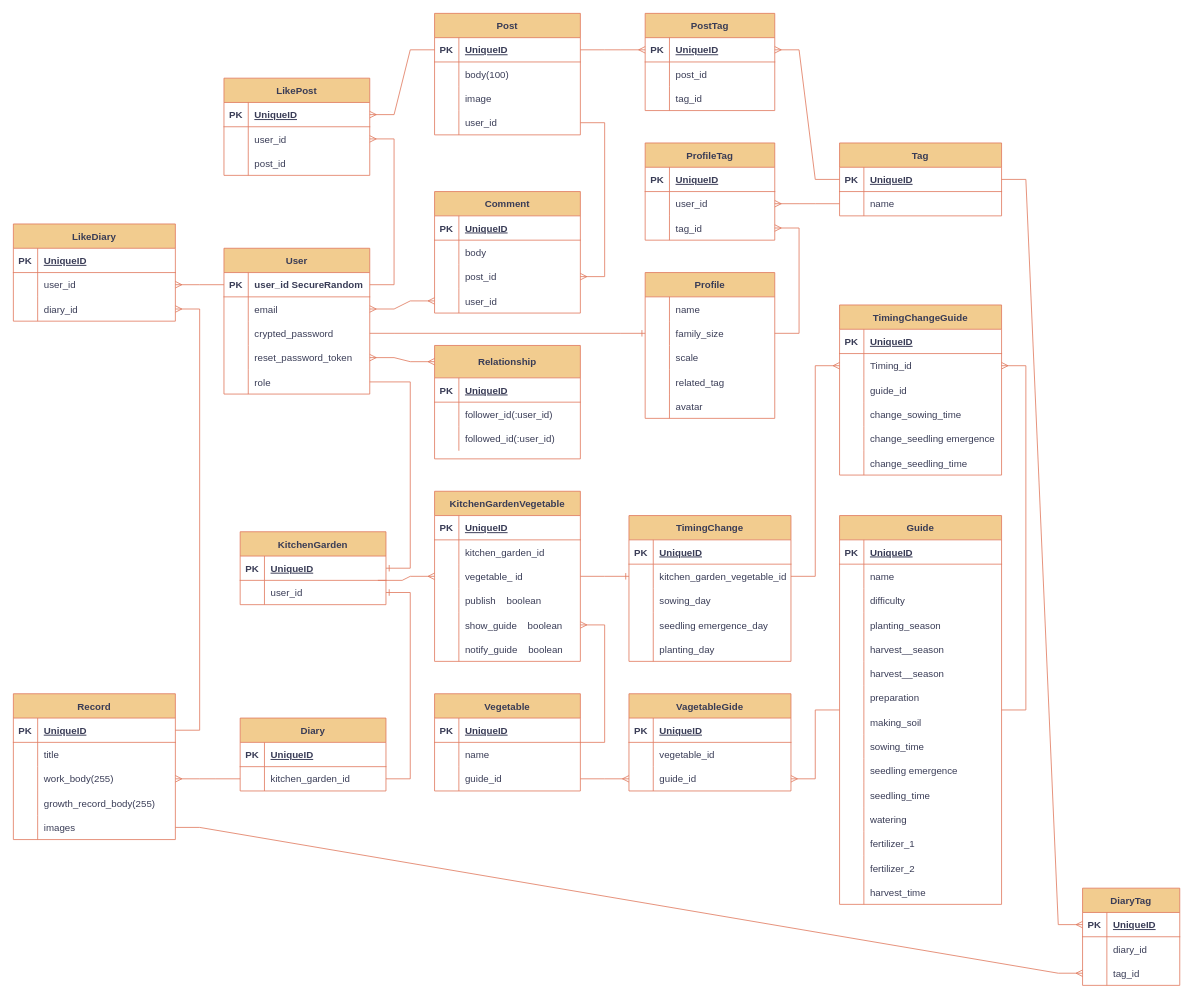
Before: ER図.drawio in SHOBRIO/kitchen_garden, a draw.io diagram. Source tidied: cells renumbered, new cells numbered last; positions are measured from the earlier drawing's top-left corner, leaving out a move shared by most shapes. Both pictures are drawn from the tidied source at 81%, with x=0, y=0 at pixel (13, 13).
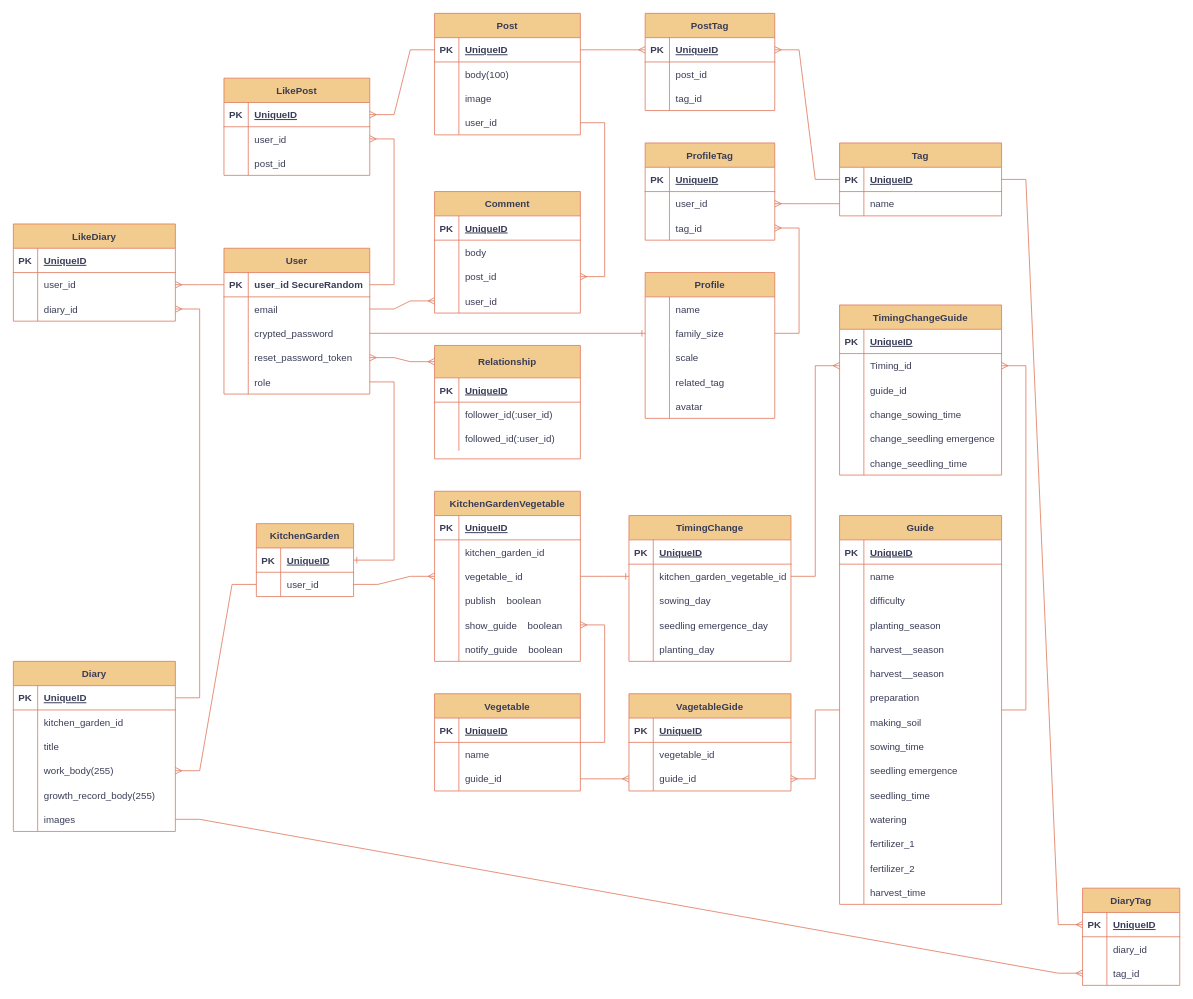
The same page after the edit.

Commit message:
ER図.drawio を更新します

The change refers to these unchanged cells:
```xml
<mxCell id="25" style="shape=tableRow;horizontal=0;startSize=0;swimlaneHead=0;swimlaneBody=0;fillColor=none;points=[[0,0.5],[1,0.5]];portConstraint=eastwest;top=0;left=0;right=0;bottom=0;labelBackgroundColor=none;strokeColor=#E07A5F;fontColor=#393C56;" parent="15" vertex="1">
  <mxGeometry y="120" width="180" height="30" as="geometry" />
</mxCell>
<mxCell id="45" value="KitchenGardenVegetable" style="shape=table;startSize=30;childLayout=tableLayout;rowLines=0;fontStyle=1;align=center;labelBackgroundColor=none;fillColor=#F2CC8F;strokeColor=#E07A5F;fontColor=#393C56;" parent="1" vertex="1">
  <mxGeometry x="520" y="590" width="180" height="210" as="geometry" />
</mxCell>
<mxCell id="257" style="shape=tableRow;horizontal=0;startSize=0;swimlaneHead=0;swimlaneBody=0;fillColor=none;points=[[0,0.5],[1,0.5]];portConstraint=eastwest;top=0;left=0;right=0;bottom=0;strokeColor=#E07A5F;fontColor=#393C56;" parent="253" vertex="1">
  <mxGeometry y="60" width="180" height="30" as="geometry" />
</mxCell>
```

Change to the diagram source:
```diff
@@
     <mxCell id="38" value="KitchenGarden" style="shape=table;startSize=30;childLayout=tableLayout;rowLines=0;fontStyle=1;align=center;labelBackgroundColor=none;fillColor=#F2CC8F;strokeColor=#E07A5F;fontColor=#393C56;" parent="1" vertex="1">
-      <mxGeometry x="280" y="640" width="180" height="90" as="geometry" />
+      <mxGeometry x="300" y="630" width="120" height="90" as="geometry" />
     </mxCell>
     <mxCell id="39" style="shape=tableRow;horizontal=0;startSize=0;swimlaneHead=0;swimlaneBody=0;fillColor=none;top=0;left=0;right=0;bottom=1;labelBackgroundColor=none;strokeColor=#E07A5F;fontColor=#393C56;" parent="38" vertex="1">
-      <mxGeometry y="30" width="180" height="30" as="geometry" />
+      <mxGeometry y="30" width="120" height="30" as="geometry" />
     </mxCell>
@@
     <mxCell id="41" value="UniqueID" style="shape=partialRectangle;fillColor=none;top=0;left=0;bottom=0;right=0;align=left;spacingLeft=6;fontStyle=5;overflow=hidden;labelBackgroundColor=none;strokeColor=#E07A5F;fontColor=#393C56;" parent="39" vertex="1">
-      <mxGeometry x="30" width="150" height="30" as="geometry" />
+      <mxGeometry x="30" width="90" height="30" as="geometry" />
     </mxCell>
     <mxCell id="42" style="shape=tableRow;horizontal=0;startSize=0;swimlaneHead=0;swimlaneBody=0;fillColor=none;points=[[0,0.5],[1,0.5]];portConstraint=eastwest;top=0;left=0;right=0;bottom=0;labelBackgroundColor=none;strokeColor=#E07A5F;fontColor=#393C56;" parent="38" vertex="1">
-      <mxGeometry y="60" width="180" height="30" as="geometry" />
+      <mxGeometry y="60" width="120" height="30" as="geometry" />
     </mxCell>
@@
     <mxCell id="44" value="user_id" style="shape=partialRectangle;fillColor=none;top=0;left=0;bottom=0;right=0;align=left;spacingLeft=6;overflow=hidden;labelBackgroundColor=none;strokeColor=#E07A5F;fontColor=#393C56;" parent="42" vertex="1">
-      <mxGeometry x="30" width="150" height="30" as="geometry" />
+      <mxGeometry x="30" width="90" height="30" as="geometry" />
     </mxCell>
@@
-    <mxCell id="184" value="Record" style="shape=table;startSize=30;childLayout=tableLayout;rowLines=0;fontStyle=1;align=center;strokeColor=#E07A5F;fontColor=#393C56;fillColor=#F2CC8F;labelBackgroundColor=none;" parent="1" vertex="1">
-      <mxGeometry y="840" width="200" height="180" as="geometry" />
+    <mxCell id="184" value="Diary" style="shape=table;startSize=30;childLayout=tableLayout;rowLines=0;fontStyle=1;align=center;strokeColor=#E07A5F;fontColor=#393C56;fillColor=#F2CC8F;labelBackgroundColor=none;" parent="1" vertex="1">
+      <mxGeometry y="800" width="200" height="210" as="geometry" />
     </mxCell>
@@
+    <mxCell id="238" style="shape=tableRow;horizontal=0;startSize=0;swimlaneHead=0;swimlaneBody=0;fillColor=none;points=[[0,0.5],[1,0.5]];portConstraint=eastwest;top=0;left=0;right=0;bottom=0;labelBackgroundColor=none;strokeColor=#E07A5F;fontColor=#393C56;" parent="184" vertex="1">
+      <mxGeometry y="60" width="200" height="30" as="geometry" />
+    </mxCell>
+    <mxCell id="239" style="shape=partialRectangle;fillColor=none;top=0;left=0;bottom=0;right=0;overflow=hidden;labelBackgroundColor=none;strokeColor=#E07A5F;fontColor=#393C56;" parent="238" vertex="1">
+      <mxGeometry width="30" height="30" as="geometry" />
+    </mxCell>
+    <mxCell id="240" value="kitchen_garden_id" style="shape=partialRectangle;fillColor=none;top=0;left=0;bottom=0;right=0;align=left;spacingLeft=6;overflow=hidden;labelBackgroundColor=none;strokeColor=#E07A5F;fontColor=#393C56;" parent="238" vertex="1">
+      <mxGeometry x="30" width="170" height="30" as="geometry" />
+    </mxCell>
     <mxCell id="188" style="shape=tableRow;horizontal=0;startSize=0;swimlaneHead=0;swimlaneBody=0;fillColor=none;top=0;left=0;right=0;bottom=0;strokeColor=#E07A5F;fontColor=#393C56;labelBackgroundColor=none;" parent="184" vertex="1">
-      <mxGeometry y="60" width="200" height="30" as="geometry" />
+      <mxGeometry y="90" width="200" height="30" as="geometry" />
     </mxCell>
@@
     <mxCell id="191" style="shape=tableRow;horizontal=0;startSize=0;swimlaneHead=0;swimlaneBody=0;fillColor=none;points=[[0,0.5],[1,0.5]];portConstraint=eastwest;top=0;left=0;right=0;bottom=0;strokeColor=#E07A5F;fontColor=#393C56;labelBackgroundColor=none;" parent="184" vertex="1">
-      <mxGeometry y="90" width="200" height="30" as="geometry" />
+      <mxGeometry y="120" width="200" height="30" as="geometry" />
     </mxCell>
@@
     <mxCell id="194" style="shape=tableRow;horizontal=0;startSize=0;swimlaneHead=0;swimlaneBody=0;fillColor=none;top=0;left=0;right=0;bottom=0;strokeColor=#E07A5F;fontColor=#393C56;labelBackgroundColor=none;" parent="184" vertex="1">
-      <mxGeometry y="120" width="200" height="30" as="geometry" />
+      <mxGeometry y="150" width="200" height="30" as="geometry" />
     </mxCell>
@@
     <mxCell id="197" style="shape=tableRow;horizontal=0;startSize=0;swimlaneHead=0;swimlaneBody=0;fillColor=none;points=[[0,0.5],[1,0.5]];portConstraint=eastwest;top=0;left=0;right=0;bottom=0;strokeColor=#E07A5F;fontColor=#393C56;labelBackgroundColor=none;" parent="184" vertex="1">
-      <mxGeometry y="150" width="200" height="30" as="geometry" />
+      <mxGeometry y="180" width="200" height="30" as="geometry" />
     </mxCell>
@@
-    <mxCell id="234" value="Diary" style="shape=table;startSize=30;childLayout=tableLayout;rowLines=0;fontStyle=1;align=center;labelBackgroundColor=none;fillColor=#F2CC8F;strokeColor=#E07A5F;fontColor=#393C56;" parent="1" vertex="1">
-      <mxGeometry x="280" y="870" width="180" height="90" as="geometry" />
-    </mxCell>
-    <mxCell id="235" style="shape=tableRow;horizontal=0;startSize=0;swimlaneHead=0;swimlaneBody=0;fillColor=none;top=0;left=0;right=0;bottom=1;labelBackgroundColor=none;strokeColor=#E07A5F;fontColor=#393C56;" parent="234" vertex="1">
-      <mxGeometry y="30" width="180" height="30" as="geometry" />
-    </mxCell>
-    <mxCell id="236" value="PK" style="shape=partialRectangle;fillColor=none;top=0;left=0;bottom=0;right=0;fontStyle=1;overflow=hidden;labelBackgroundColor=none;strokeColor=#E07A5F;fontColor=#393C56;" parent="235" vertex="1">
-      <mxGeometry width="30" height="30" as="geometry" />
-    </mxCell>
-    <mxCell id="237" value="UniqueID" style="shape=partialRectangle;fillColor=none;top=0;left=0;bottom=0;right=0;align=left;spacingLeft=6;fontStyle=5;overflow=hidden;labelBackgroundColor=none;strokeColor=#E07A5F;fontColor=#393C56;" parent="235" vertex="1">
-      <mxGeometry x="30" width="150" height="30" as="geometry" />
-    </mxCell>
-    <mxCell id="238" style="shape=tableRow;horizontal=0;startSize=0;swimlaneHead=0;swimlaneBody=0;fillColor=none;points=[[0,0.5],[1,0.5]];portConstraint=eastwest;top=0;left=0;right=0;bottom=0;labelBackgroundColor=none;strokeColor=#E07A5F;fontColor=#393C56;" parent="234" vertex="1">
-      <mxGeometry y="60" width="180" height="30" as="geometry" />
-    </mxCell>
-    <mxCell id="239" style="shape=partialRectangle;fillColor=none;top=0;left=0;bottom=0;right=0;overflow=hidden;labelBackgroundColor=none;strokeColor=#E07A5F;fontColor=#393C56;" parent="238" vertex="1">
-      <mxGeometry width="30" height="30" as="geometry" />
-    </mxCell>
-    <mxCell id="240" value="kitchen_garden_id" style="shape=partialRectangle;fillColor=none;top=0;left=0;bottom=0;right=0;align=left;spacingLeft=6;overflow=hidden;labelBackgroundColor=none;strokeColor=#E07A5F;fontColor=#393C56;" parent="238" vertex="1">
-      <mxGeometry x="30" width="150" height="30" as="geometry" />
-    </mxCell>
@@
-    <mxCell id="289" style="edgeStyle=entityRelationEdgeStyle;fontSize=12;html=1;endArrow=ERmany;startArrow=ERmany;rounded=0;strokeColor=#E07A5F;fontColor=#393C56;fillColor=#F2CC8F;" parent="1" edge="1" source="257" target="25">
-      <mxGeometry relative="1" as="geometry" />
-    </mxCell>
-    <mxCell id="290" style="edgeStyle=entityRelationEdgeStyle;fontSize=12;html=1;endArrow=ERmany;rounded=0;strokeColor=#E07A5F;fontColor=#393C56;fillColor=#F2CC8F;" parent="1" edge="1" target="45">
-      <mxGeometry relative="1" as="geometry">
-        <mxPoint x="450" y="700" as="sourcePoint" />
-      </mxGeometry>
+    <mxCell id="290" style="edgeStyle=entityRelationEdgeStyle;fontSize=12;html=1;endArrow=ERmany;rounded=0;strokeColor=#E07A5F;fontColor=#393C56;fillColor=#F2CC8F;" parent="1" edge="1" source="42" target="45">
+      <mxGeometry relative="1" as="geometry" />
     </mxCell>
@@
-    <mxCell id="292" style="edgeStyle=entityRelationEdgeStyle;fontSize=12;html=1;endArrow=ERone;endFill=1;rounded=0;strokeColor=#E07A5F;fontColor=#393C56;fillColor=#F2CC8F;" parent="1" edge="1" source="238" target="42">
-      <mxGeometry relative="1" as="geometry" />
-    </mxCell>
-    <mxCell id="293" style="edgeStyle=entityRelationEdgeStyle;fontSize=12;html=1;endArrow=ERmany;rounded=0;strokeColor=#E07A5F;fontColor=#393C56;fillColor=#F2CC8F;" parent="1" edge="1" source="238" target="191">
-      <mxGeometry relative="1" as="geometry" />
-    </mxCell>
@@
+    <mxCell id="289" style="edgeStyle=entityRelationEdgeStyle;fontSize=12;html=1;endArrow=ERmany;rounded=0;strokeColor=#E07A5F;fontColor=#393C56;fillColor=#F2CC8F;" parent="1" edge="1" source="257" target="25">
+      <mxGeometry relative="1" as="geometry" />
+    </mxCell>
+    <mxCell id="293" style="edgeStyle=entityRelationEdgeStyle;fontSize=12;html=1;endArrow=ERmany;rounded=0;strokeColor=#E07A5F;fontColor=#393C56;fillColor=#F2CC8F;" parent="1" edge="1" source="42" target="191">
+      <mxGeometry relative="1" as="geometry" />
+    </mxCell>
```
